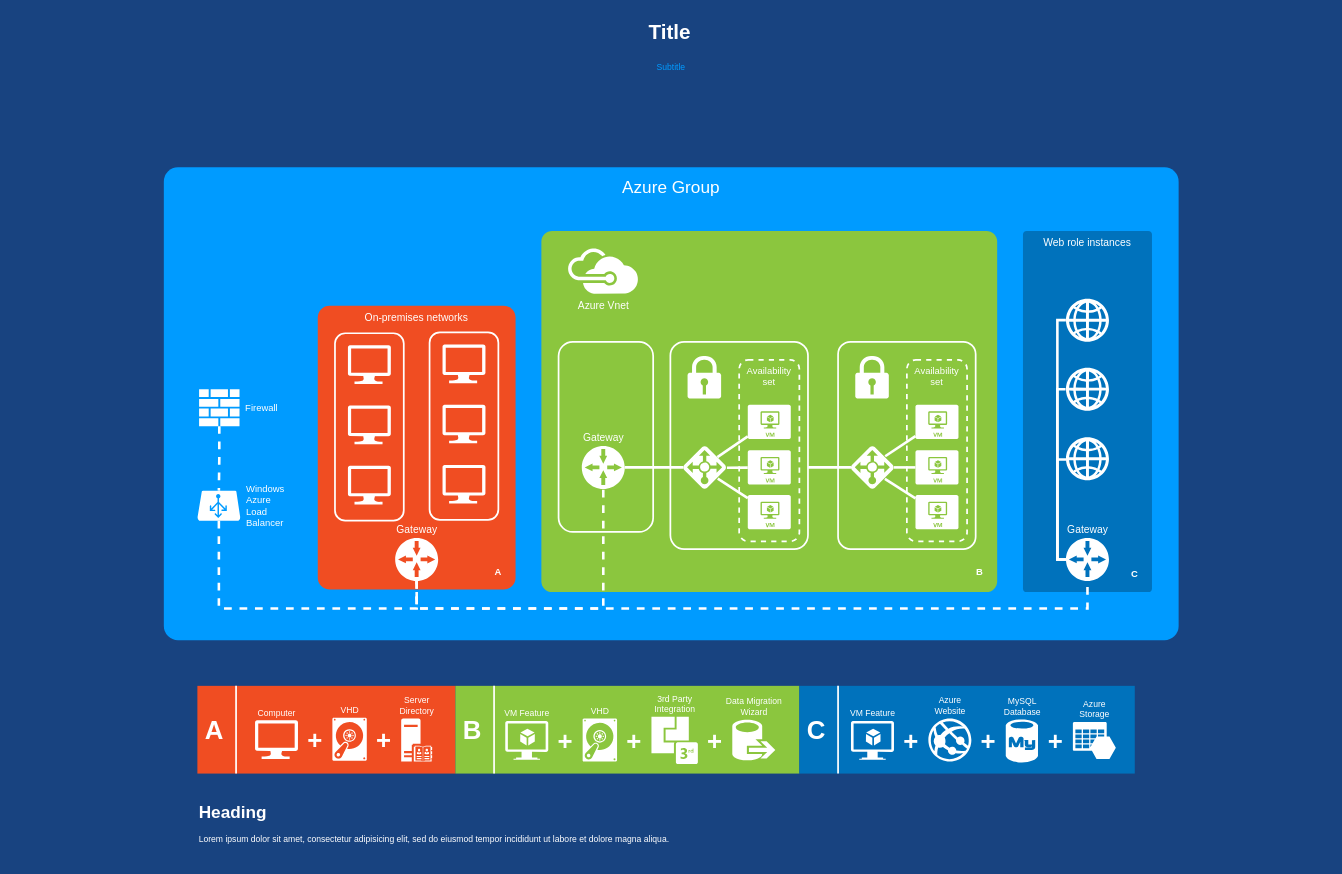
The draw.io diagram Untitled Diagram.drawio in anmol1982/Ref002, before the edit. Source tidied: cells renumbered, new cells numbered last; positions are measured from the earlier drawing's top-left corner, leaving out a move shared by most shapes. Both pictures are drawn from the tidied source at 86%, with x=0, y=0 at pixel (15, 15).
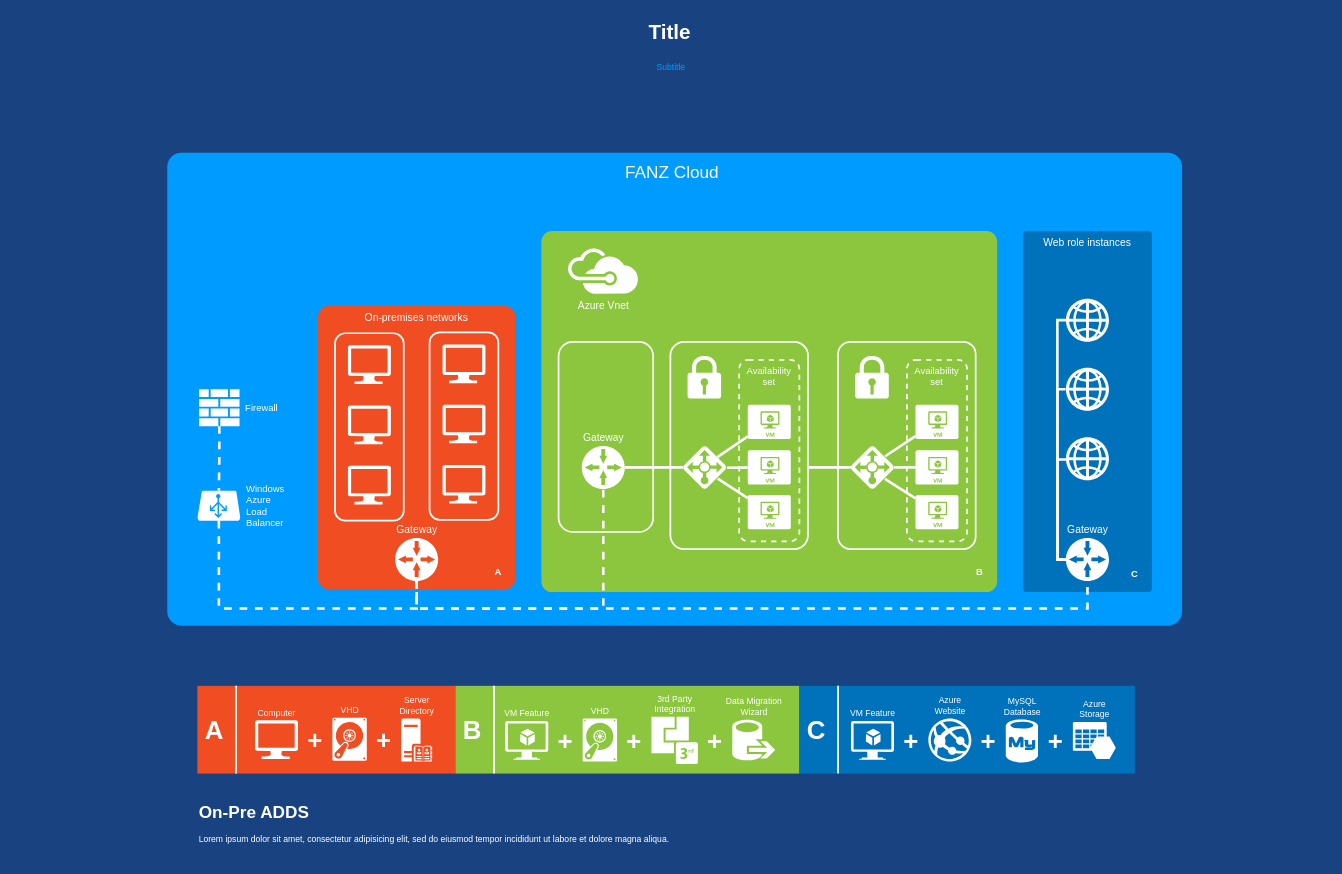
After the change.

Diff of the diagram source:
```diff
@@
-    <mxCell id="2" value="Azure Group" style="whiteSpace=wrap;html=1;rounded=1;shadow=0;strokeColor=none;strokeWidth=2;fillColor=#009BFF;fontSize=20;fontColor=#FFFFFF;align=center;arcSize=3;verticalAlign=top;spacingTop=4;" parent="1" vertex="1">
-      <mxGeometry x="173" y="177" width="1180" height="550" as="geometry" />
+    <mxCell id="2" value="FANZ Cloud&amp;nbsp;" style="whiteSpace=wrap;html=1;rounded=1;shadow=0;strokeColor=none;strokeWidth=2;fillColor=#009BFF;fontSize=20;fontColor=#FFFFFF;align=center;arcSize=3;verticalAlign=top;spacingTop=4;" parent="1" vertex="1">
+      <mxGeometry x="177" y="160" width="1180" height="550" as="geometry" />
     </mxCell>
@@
-    <mxCell id="85" value="&lt;h1&gt;Heading&lt;/h1&gt;&lt;p&gt;Lorem ipsum dolor sit amet, consectetur adipisicing elit, sed do eiusmod tempor incididunt ut labore et dolore magna aliqua.&lt;/p&gt;" style="text;html=1;strokeColor=none;fillColor=none;spacing=5;spacingTop=-20;whiteSpace=wrap;overflow=hidden;rounded=0;shadow=0;fontSize=10;fontColor=#FFFFFF;align=left;" parent="1" vertex="1">
+    <mxCell id="85" value="&lt;h1&gt;On-Pre ADDS&lt;/h1&gt;&lt;p&gt;Lorem ipsum dolor sit amet, consectetur adipisicing elit, sed do eiusmod tempor incididunt ut labore et dolore magna aliqua.&lt;/p&gt;" style="text;html=1;strokeColor=none;fillColor=none;spacing=5;spacingTop=-20;whiteSpace=wrap;overflow=hidden;rounded=0;shadow=0;fontSize=10;fontColor=#FFFFFF;align=left;" parent="1" vertex="1">
       <mxGeometry x="209" y="912" width="1041" height="70" as="geometry" />
     </mxCell>
```
